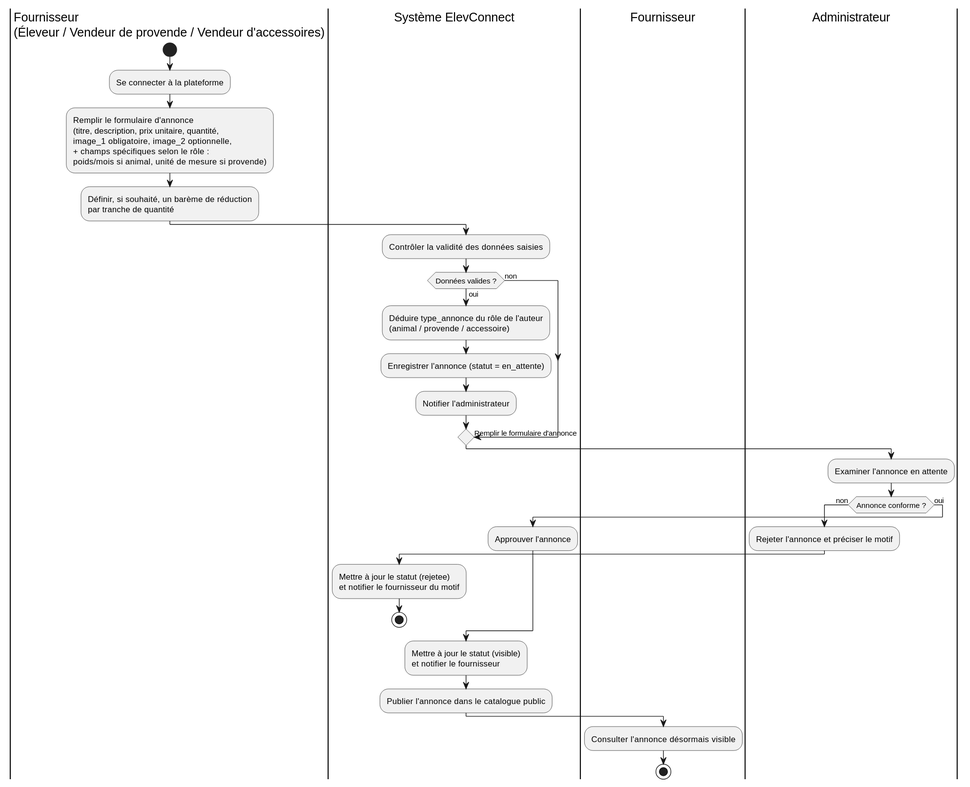
agoglodan-antoine/agoglodan-et-lassissou keeps this PlantUML diagram as docs/diagrammes.puml/output/act_publier_annonce.svg. Above is the earlier version. Source of this version:
```plantuml
@startuml
|Fournisseur\n(Éleveur / Vendeur de provende / Vendeur d'accessoires)|
start
:Se connecter à la plateforme;
:Remplir le formulaire d'annonce
(titre, description, prix unitaire, quantité,
image_1 obligatoire, image_2 optionnelle,
+ champs spécifiques selon le rôle :
poids/mois si animal, unité de mesure si provende);
:Définir, si souhaité, un barème de réduction
par tranche de quantité;
|Système ElevConnect|
:Contrôler la validité des données saisies;
if (Données valides ?) then (non)
  |Fournisseur|
  -> Remplir le formulaire d'annonce;
else (oui)
  |Système ElevConnect|
  :Déduire type_annonce du rôle de l'auteur
  (animal / provende / accessoire);
  :Enregistrer l'annonce (statut = en_attente);
  :Notifier l'administrateur;
endif
|Administrateur|
:Examiner l'annonce en attente;
if (Annonce conforme ?) then (non)
  :Rejeter l'annonce et préciser le motif;
  |Système ElevConnect|
  :Mettre à jour le statut (rejetee)
  et notifier le fournisseur du motif;
  stop
else (oui)
  :Approuver l'annonce;
endif
|Système ElevConnect|
:Mettre à jour le statut (visible)
et notifier le fournisseur;
:Publier l'annonce dans le catalogue public;
|Fournisseur|
:Consulter l'annonce désormais visible;
stop
@enduml
```
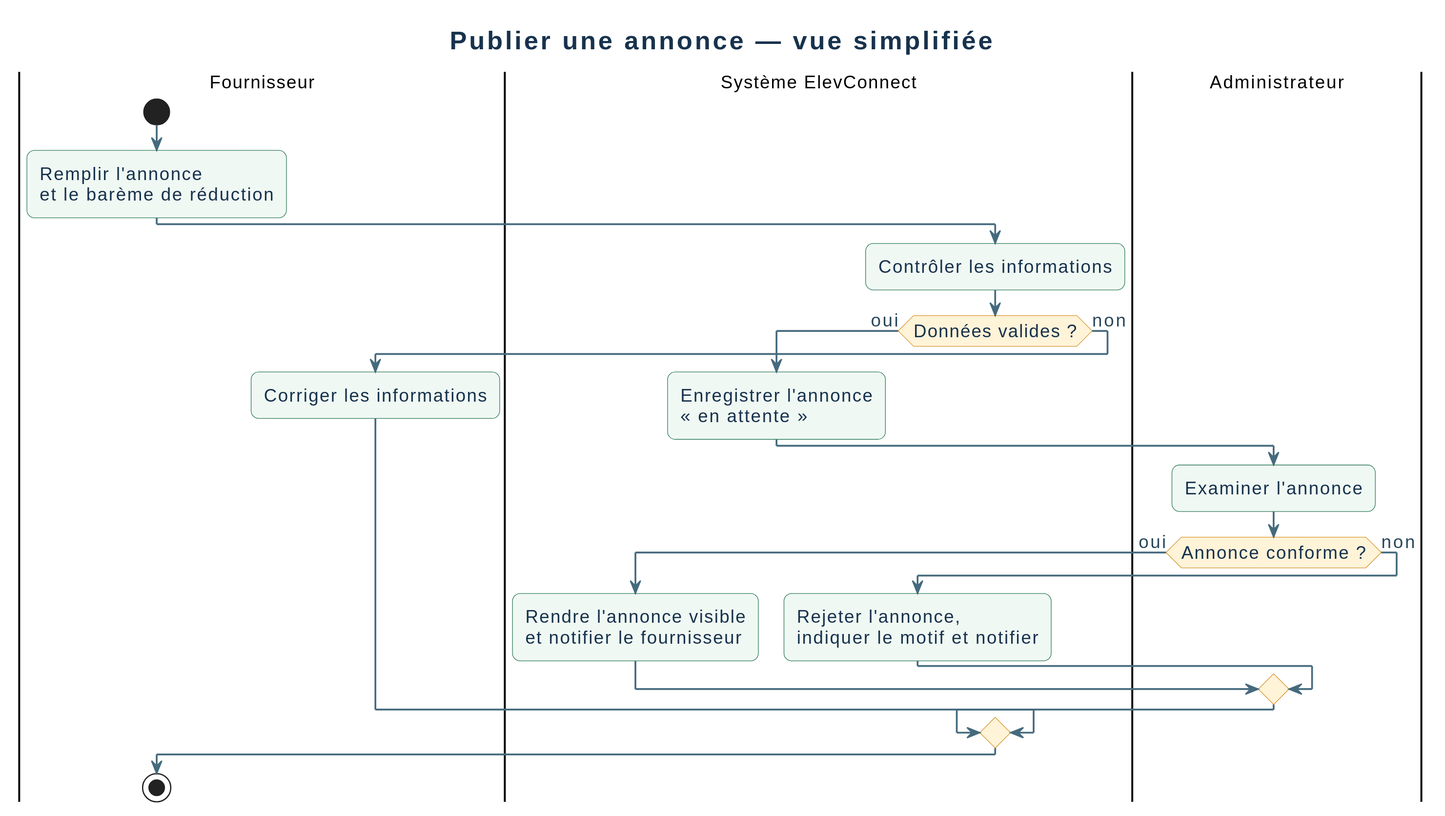
The same diagram one commit later.

Change to the diagram source:
```diff
@@ -1,42 +1,31 @@
 @startuml
-|Fournisseur\n(Éleveur / Vendeur de provende / Vendeur d'accessoires)|
+!include diagram_style.iuml
+
+title Publier une annonce — vue simplifiée
+
+|Fournisseur|
 start
-:Se connecter à la plateforme;
-:Remplir le formulaire d'annonce
-(titre, description, prix unitaire, quantité,
-image_1 obligatoire, image_2 optionnelle,
-+ champs spécifiques selon le rôle :
-poids/mois si animal, unité de mesure si provende);
-:Définir, si souhaité, un barème de réduction
-par tranche de quantité;
+:Remplir l'annonce
+et le barème de réduction;
 |Système ElevConnect|
-:Contrôler la validité des données saisies;
-if (Données valides ?) then (non)
+:Contrôler les informations;
+if (Données valides ?) then (oui)
+  :Enregistrer l'annonce
+« en attente »;
+  |Administrateur|
+  :Examiner l'annonce;
+  if (Annonce conforme ?) then (oui)
+    |Système ElevConnect|
+    :Rendre l'annonce visible
+et notifier le fournisseur;
+  else (non)
+    |Système ElevConnect|
+    :Rejeter l'annonce,
+indiquer le motif et notifier;
+  endif
+else (non)
   |Fournisseur|
-  -> Remplir le formulaire d'annonce;
-else (oui)
-  |Système ElevConnect|
-  :Déduire type_annonce du rôle de l'auteur
-  (animal / provende / accessoire);
-  :Enregistrer l'annonce (statut = en_attente);
-  :Notifier l'administrateur;
+  :Corriger les informations;
 endif
-|Administrateur|
-:Examiner l'annonce en attente;
-if (Annonce conforme ?) then (non)
-  :Rejeter l'annonce et préciser le motif;
-  |Système ElevConnect|
-  :Mettre à jour le statut (rejetee)
-  et notifier le fournisseur du motif;
-  stop
-else (oui)
-  :Approuver l'annonce;
-endif
-|Système ElevConnect|
-:Mettre à jour le statut (visible)
-et notifier le fournisseur;
-:Publier l'annonce dans le catalogue public;
-|Fournisseur|
-:Consulter l'annonce désormais visible;
 stop
 @enduml
```
